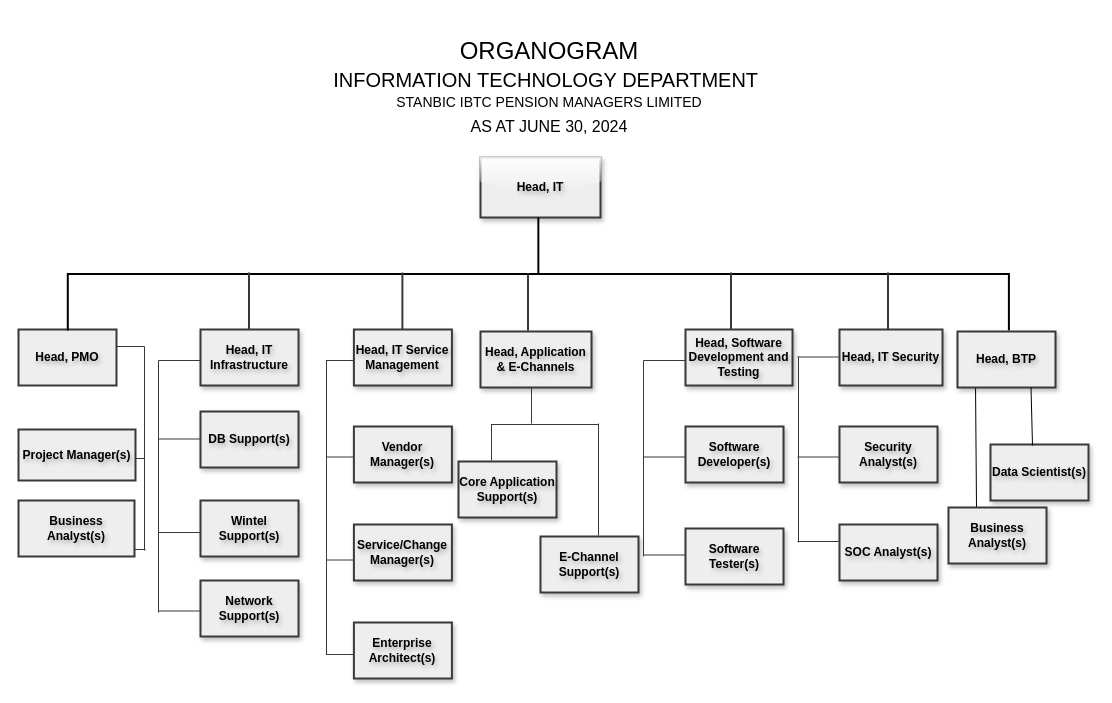
This is page "Page-1" (1 of 3) of organogram.drawio from Great-B/standard-arch-diagrams, a draw.io file, before an edit. Source tidied: cells renumbered, new cells numbered last; positions are measured from the earlier drawing's top-left corner, leaving out a move shared by most shapes. Both pictures are drawn from the tidied source at 100%, with x=0, y=0 at pixel (18, -197).
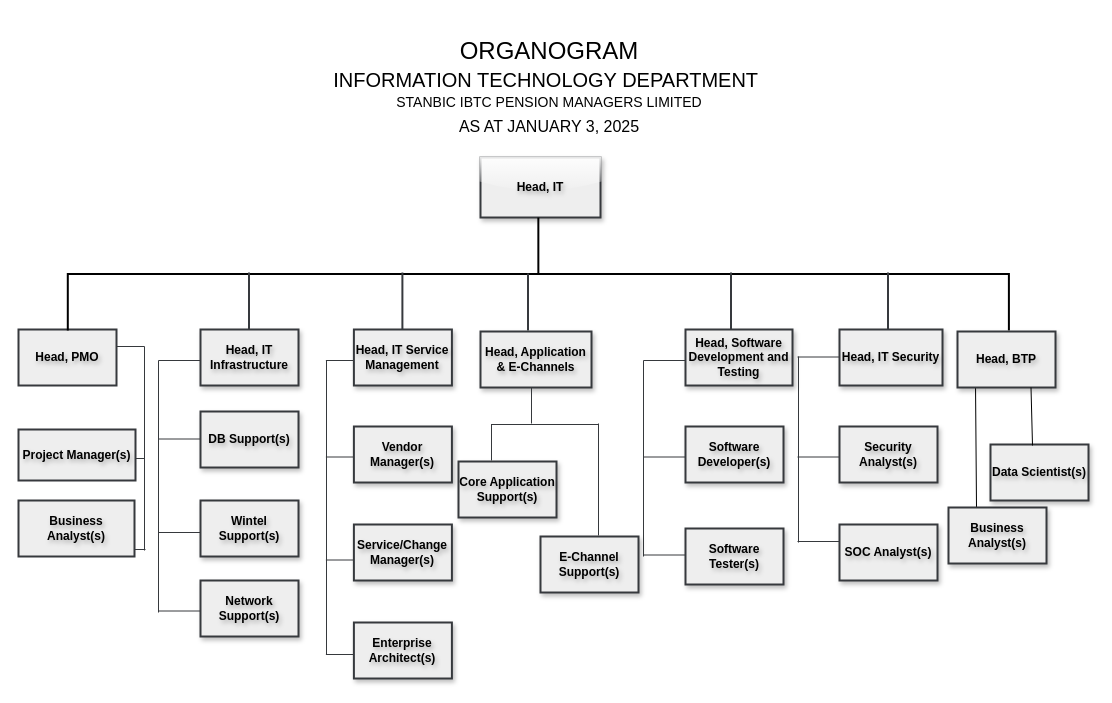
The same page after the edit.

What changed in the source:
```diff
@@
-    <mxCell id="4" value="&lt;font style=&quot;font-size: 24px;&quot;&gt;ORGANOGRAM&lt;br&gt;&lt;/font&gt;&lt;div style=&quot;&quot;&gt;&lt;font style=&quot;&quot;&gt;&lt;font style=&quot;&quot;&gt;&lt;span style=&quot;background-color: initial;&quot;&gt;&lt;font style=&quot;font-size: 20px;&quot;&gt;INFORMATION TECHNOLOGY DEPARTMENT&lt;/font&gt;&lt;/span&gt;&lt;span style=&quot;font-size: 24px; background-color: initial;&quot;&gt;&amp;nbsp;&lt;br&gt;&lt;/span&gt;&lt;font style=&quot;font-size: 14px;&quot;&gt;STANBIC IBTC PENSION MANAGERS LIMITED&lt;/font&gt;&lt;/font&gt;&lt;/font&gt;&lt;div style=&quot;font-size: 23px;&quot;&gt;&lt;font size=&quot;3&quot; style=&quot;&quot;&gt;AS AT JUNE 30, 2024&lt;/font&gt;&lt;/div&gt;&lt;/div&gt;" style="rounded=0;whiteSpace=wrap;html=1;strokeColor=none;fillColor=none;" parent="1" vertex="1">
+    <mxCell id="4" value="&lt;font style=&quot;font-size: 24px;&quot;&gt;ORGANOGRAM&lt;br&gt;&lt;/font&gt;&lt;div style=&quot;&quot;&gt;&lt;font style=&quot;&quot;&gt;&lt;font style=&quot;&quot;&gt;&lt;span style=&quot;background-color: initial;&quot;&gt;&lt;font style=&quot;font-size: 20px;&quot;&gt;INFORMATION TECHNOLOGY DEPARTMENT&lt;/font&gt;&lt;/span&gt;&lt;span style=&quot;font-size: 24px; background-color: initial;&quot;&gt;&amp;nbsp;&lt;br&gt;&lt;/span&gt;&lt;font style=&quot;font-size: 14px;&quot;&gt;STANBIC IBTC PENSION MANAGERS LIMITED&lt;/font&gt;&lt;/font&gt;&lt;/font&gt;&lt;div style=&quot;font-size: 23px;&quot;&gt;&lt;font size=&quot;3&quot; style=&quot;&quot;&gt;AS AT JANUARY 3, 2025&lt;/font&gt;&lt;/div&gt;&lt;/div&gt;" style="rounded=0;whiteSpace=wrap;html=1;strokeColor=none;fillColor=none;" parent="1" vertex="1">
       <mxGeometry x="34" y="214" width="994" height="140" as="geometry" />
     </mxCell>
```
